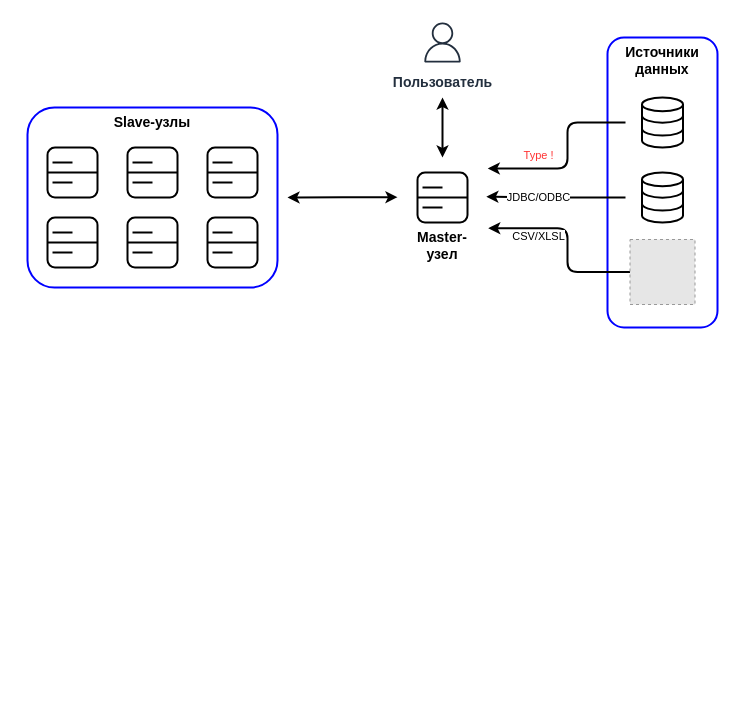
This is page "PA-cluster_2_v1" (5 of 10) of YDB-PD_v3.drawio from FYamaev/draw.io, a draw.io file, before an edit. Source tidied: cells renumbered, new cells numbered last; positions are measured from the earlier drawing's top-left corner, leaving out a move shared by most shapes. Both pictures are drawn from the tidied source at 100%, with x=0, y=0 at pixel (17, 17). Pictures stored in the file or linked from it are replaced by grey dashed boxes.
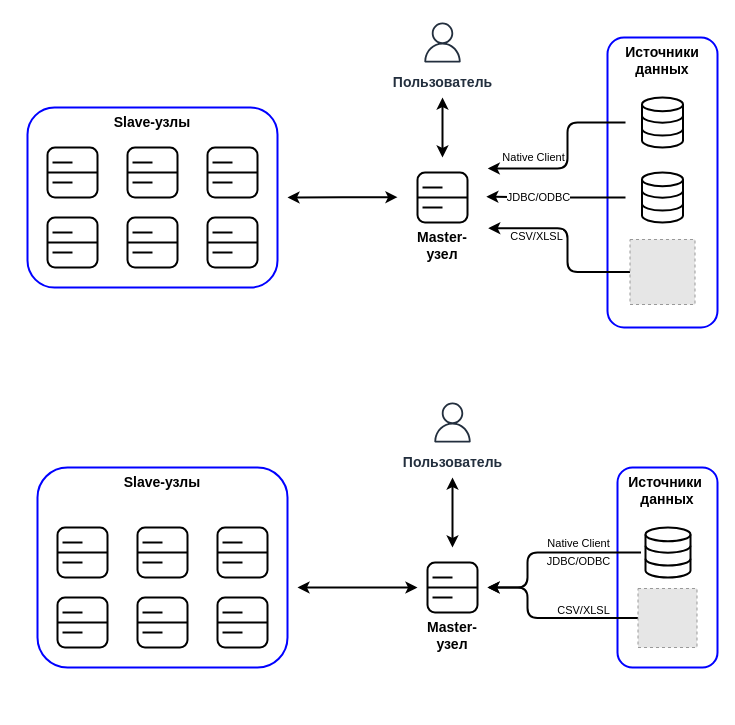
The same page after the edit.

The change refers to these unchanged cells:
```xml
<mxCell id="46" style="edgeStyle=orthogonalEdgeStyle;rounded=1;jettySize=auto;html=1;curved=0;strokeWidth=2;entryX=1.003;entryY=0.099;entryDx=0;entryDy=0;entryPerimeter=0;exitX=0;exitY=0.5;exitDx=0;exitDy=0;" parent="1" edge="1" source="3" target="7">
  <mxGeometry relative="1" as="geometry">
    <Array as="points">
      <mxPoint x="550" y="105" />
      <mxPoint x="550" y="151" />
    </Array>
  </mxGeometry>
</mxCell>
<mxCell id="52" style="edgeStyle=orthogonalEdgeStyle;rounded=1;jettySize=auto;html=1;curved=0;strokeWidth=2;exitX=0;exitY=0.5;exitDx=0;exitDy=0;entryX=1.008;entryY=0.643;entryDx=0;entryDy=0;entryPerimeter=0;" parent="1" edge="1" source="54" target="7">
  <mxGeometry relative="1" as="geometry">
    <Array as="points">
      <mxPoint x="550" y="255" />
      <mxPoint x="550" y="211" />
    </Array>
  </mxGeometry>
</mxCell>
```

The edit, as a diff of the source:
```diff
@@
+    <mxCell id="55" style="rounded=0;whiteSpace=wrap;html=1;strokeColor=none;opacity=0;" parent="1" vertex="1">
+      <mxGeometry x="400" y="530" width="70" height="80" as="geometry" />
+    </mxCell>
@@
-    <mxCell id="47" value="Type !" style="edgeLabel;html=1;align=center;verticalAlign=bottom;fontColor=#FF3333;" parent="46" vertex="1">
+    <mxCell id="47" value="Native Client" style="edgeLabel;html=1;align=center;verticalAlign=bottom;fontColor=#000000;spacingLeft=0;" parent="46" vertex="1">
       <mxGeometry x="0.45" relative="1" as="geometry">
-        <mxPoint y="-5" as="offset" />
+        <mxPoint x="-5" y="-3" as="offset" />
       </mxGeometry>
     </mxCell>
@@
     <mxCell id="53" value="CSV/XLSL" style="edgeLabel;html=1;align=center;verticalAlign=top;" parent="52" vertex="1">
       <mxGeometry x="0.6" relative="1" as="geometry">
-        <mxPoint x="12" y="-5" as="offset" />
+        <mxPoint x="10" y="-5" as="offset" />
       </mxGeometry>
     </mxCell>
@@
+    <mxCell id="56" value="Источники&amp;nbsp;&lt;div&gt;данных&lt;/div&gt;" style="rounded=1;whiteSpace=wrap;html=1;strokeWidth=2;strokeColor=#0000FF;verticalAlign=top;fontSize=14;fontStyle=1;" parent="1" vertex="1">
+      <mxGeometry x="600" y="450" width="100" height="200" as="geometry" />
+    </mxCell>
+    <mxCell id="57" style="rounded=0;whiteSpace=wrap;html=1;strokeColor=none;opacity=0;" parent="1" vertex="1">
+      <mxGeometry x="623.5" y="510" width="55" height="50" as="geometry" />
+    </mxCell>
+    <mxCell id="58" style="rounded=0;whiteSpace=wrap;html=1;strokeColor=none;opacity=0;" parent="1" vertex="1">
+      <mxGeometry x="10" y="450" width="270" height="240" as="geometry" />
+    </mxCell>
+    <mxCell id="59" style="edgeStyle=orthogonalEdgeStyle;rounded=0;jettySize=auto;html=1;exitX=0;exitY=0.5;exitDx=0;exitDy=0;entryX=1;entryY=0.5;entryDx=0;entryDy=0;startArrow=classic;startFill=1;strokeWidth=2;" parent="1" edge="1" source="55" target="58">
+      <mxGeometry relative="1" as="geometry" />
+    </mxCell>
+    <mxCell id="60" value="Slave-узлы" style="rounded=1;whiteSpace=wrap;html=1;strokeWidth=2;strokeColor=#0000FF;verticalAlign=top;fontSize=14;fontStyle=1;" parent="1" vertex="1">
+      <mxGeometry x="20" y="450" width="250" height="200" as="geometry" />
+    </mxCell>
+    <mxCell id="61" style="group;" parent="1" vertex="1">
+      <mxGeometry x="40" y="510" width="50" height="50" as="geometry" />
+    </mxCell>
+    <mxCell id="62" style="rounded=1;whiteSpace=wrap;html=1;strokeWidth=2;" parent="61" vertex="1">
+      <mxGeometry width="50" height="50" as="geometry" />
+    </mxCell>
+    <mxCell id="63" style="endArrow=none;html=1;rounded=0;exitX=0;exitY=0.5;exitDx=0;exitDy=0;entryX=1;entryY=0.5;entryDx=0;entryDy=0;strokeWidth=2;" parent="61" edge="1" source="62" target="62">
+      <mxGeometry relative="1" as="geometry" />
+    </mxCell>
+    <mxCell id="64" style="endArrow=none;html=1;rounded=0;strokeWidth=2;" parent="61" edge="1">
+      <mxGeometry relative="1" as="geometry">
+        <mxPoint x="5" y="15" as="sourcePoint" />
+        <mxPoint x="25" y="15" as="targetPoint" />
+      </mxGeometry>
+    </mxCell>
+    <mxCell id="65" style="endArrow=none;html=1;rounded=0;strokeWidth=2;" parent="61" edge="1">
+      <mxGeometry relative="1" as="geometry">
+        <mxPoint x="5" y="35" as="sourcePoint" />
+        <mxPoint x="25" y="35" as="targetPoint" />
+      </mxGeometry>
+    </mxCell>
+    <mxCell id="66" style="group;" parent="1" vertex="1">
+      <mxGeometry x="120" y="510" width="50" height="50" as="geometry" />
+    </mxCell>
+    <mxCell id="67" style="rounded=1;whiteSpace=wrap;html=1;strokeWidth=2;" parent="66" vertex="1">
+      <mxGeometry width="50" height="50" as="geometry" />
+    </mxCell>
+    <mxCell id="68" style="endArrow=none;html=1;rounded=0;exitX=0;exitY=0.5;exitDx=0;exitDy=0;entryX=1;entryY=0.5;entryDx=0;entryDy=0;strokeWidth=2;" parent="66" edge="1" source="67" target="67">
+      <mxGeometry relative="1" as="geometry" />
+    </mxCell>
+    <mxCell id="69" style="endArrow=none;html=1;rounded=0;strokeWidth=2;" parent="66" edge="1">
+      <mxGeometry relative="1" as="geometry">
+        <mxPoint x="5" y="15" as="sourcePoint" />
+        <mxPoint x="25" y="15" as="targetPoint" />
+      </mxGeometry>
+    </mxCell>
+    <mxCell id="70" style="endArrow=none;html=1;rounded=0;strokeWidth=2;" parent="66" edge="1">
+      <mxGeometry relative="1" as="geometry">
+        <mxPoint x="5" y="35" as="sourcePoint" />
+        <mxPoint x="25" y="35" as="targetPoint" />
+      </mxGeometry>
+    </mxCell>
+    <mxCell id="71" style="group;" parent="1" vertex="1">
+      <mxGeometry x="200" y="510" width="50" height="50" as="geometry" />
+    </mxCell>
+    <mxCell id="72" style="rounded=1;whiteSpace=wrap;html=1;strokeWidth=2;" parent="71" vertex="1">
+      <mxGeometry width="50" height="50" as="geometry" />
+    </mxCell>
+    <mxCell id="73" style="endArrow=none;html=1;rounded=0;exitX=0;exitY=0.5;exitDx=0;exitDy=0;entryX=1;entryY=0.5;entryDx=0;entryDy=0;strokeWidth=2;" parent="71" edge="1" source="72" target="72">
+      <mxGeometry relative="1" as="geometry" />
+    </mxCell>
+    <mxCell id="74" style="endArrow=none;html=1;rounded=0;strokeWidth=2;" parent="71" edge="1">
+      <mxGeometry relative="1" as="geometry">
+        <mxPoint x="5" y="15" as="sourcePoint" />
+        <mxPoint x="25" y="15" as="targetPoint" />
+      </mxGeometry>
+    </mxCell>
+    <mxCell id="75" style="endArrow=none;html=1;rounded=0;strokeWidth=2;" parent="71" edge="1">
+      <mxGeometry relative="1" as="geometry">
+        <mxPoint x="5" y="35" as="sourcePoint" />
+        <mxPoint x="25" y="35" as="targetPoint" />
+      </mxGeometry>
+    </mxCell>
+    <mxCell id="76" style="group;" parent="1" vertex="1">
+      <mxGeometry x="40" y="580" width="50" height="50" as="geometry" />
+    </mxCell>
+    <mxCell id="77" style="rounded=1;whiteSpace=wrap;html=1;strokeWidth=2;" parent="76" vertex="1">
+      <mxGeometry width="50" height="50" as="geometry" />
+    </mxCell>
+    <mxCell id="78" style="endArrow=none;html=1;rounded=0;exitX=0;exitY=0.5;exitDx=0;exitDy=0;entryX=1;entryY=0.5;entryDx=0;entryDy=0;strokeWidth=2;" parent="76" edge="1" source="77" target="77">
+      <mxGeometry relative="1" as="geometry" />
+    </mxCell>
+    <mxCell id="79" style="endArrow=none;html=1;rounded=0;strokeWidth=2;" parent="76" edge="1">
+      <mxGeometry relative="1" as="geometry">
+        <mxPoint x="5" y="15" as="sourcePoint" />
+        <mxPoint x="25" y="15" as="targetPoint" />
+      </mxGeometry>
+    </mxCell>
+    <mxCell id="80" style="endArrow=none;html=1;rounded=0;strokeWidth=2;" parent="76" edge="1">
+      <mxGeometry relative="1" as="geometry">
+        <mxPoint x="5" y="35" as="sourcePoint" />
+        <mxPoint x="25" y="35" as="targetPoint" />
+      </mxGeometry>
+    </mxCell>
+    <mxCell id="81" style="group;" parent="1" vertex="1">
+      <mxGeometry x="120" y="580" width="50" height="50" as="geometry" />
+    </mxCell>
+    <mxCell id="82" style="rounded=1;whiteSpace=wrap;html=1;strokeWidth=2;" parent="81" vertex="1">
+      <mxGeometry width="50" height="50" as="geometry" />
+    </mxCell>
+    <mxCell id="83" style="endArrow=none;html=1;rounded=0;exitX=0;exitY=0.5;exitDx=0;exitDy=0;entryX=1;entryY=0.5;entryDx=0;entryDy=0;strokeWidth=2;" parent="81" edge="1" source="82" target="82">
+      <mxGeometry relative="1" as="geometry" />
+    </mxCell>
+    <mxCell id="84" style="endArrow=none;html=1;rounded=0;strokeWidth=2;" parent="81" edge="1">
+      <mxGeometry relative="1" as="geometry">
+        <mxPoint x="5" y="15" as="sourcePoint" />
+        <mxPoint x="25" y="15" as="targetPoint" />
+      </mxGeometry>
+    </mxCell>
+    <mxCell id="85" style="endArrow=none;html=1;rounded=0;strokeWidth=2;" parent="81" edge="1">
+      <mxGeometry relative="1" as="geometry">
+        <mxPoint x="5" y="35" as="sourcePoint" />
+        <mxPoint x="25" y="35" as="targetPoint" />
+      </mxGeometry>
+    </mxCell>
+    <mxCell id="86" style="group;" parent="1" vertex="1">
+      <mxGeometry x="200" y="580" width="50" height="50" as="geometry" />
+    </mxCell>
+    <mxCell id="87" style="group;" parent="86" vertex="1">
+      <mxGeometry width="50" height="50" as="geometry" />
+    </mxCell>
+    <mxCell id="88" style="rounded=1;whiteSpace=wrap;html=1;strokeWidth=2;" parent="87" vertex="1">
+      <mxGeometry width="50" height="50" as="geometry" />
+    </mxCell>
+    <mxCell id="89" style="endArrow=none;html=1;rounded=0;exitX=0;exitY=0.5;exitDx=0;exitDy=0;entryX=1;entryY=0.5;entryDx=0;entryDy=0;strokeWidth=2;" parent="87" edge="1" source="88" target="88">
+      <mxGeometry relative="1" as="geometry" />
+    </mxCell>
+    <mxCell id="90" style="endArrow=none;html=1;rounded=0;strokeWidth=2;" parent="87" edge="1">
+      <mxGeometry relative="1" as="geometry">
+        <mxPoint x="5" y="15" as="sourcePoint" />
+        <mxPoint x="25" y="15" as="targetPoint" />
+      </mxGeometry>
+    </mxCell>
+    <mxCell id="91" style="endArrow=none;html=1;rounded=0;strokeWidth=2;" parent="87" edge="1">
+      <mxGeometry relative="1" as="geometry">
+        <mxPoint x="5" y="35" as="sourcePoint" />
+        <mxPoint x="25" y="35" as="targetPoint" />
+      </mxGeometry>
+    </mxCell>
+    <mxCell id="92" value="Пользователь" style="sketch=0;fontColor=#232F3E;gradientColor=none;strokeColor=#232F3E;fillColor=#ffffff;dashed=0;verticalLabelPosition=bottom;verticalAlign=top;align=center;html=1;fontSize=14;fontStyle=1;shape=mxgraph.aws4.resourceIcon;resIcon=mxgraph.aws4.user;" parent="1" vertex="1">
+      <mxGeometry x="410" y="380" width="50" height="50" as="geometry" />
+    </mxCell>
+    <mxCell id="93" style="endArrow=classic;startArrow=classic;html=1;rounded=0;strokeWidth=2;exitX=0.5;exitY=0;exitDx=0;exitDy=0;" parent="1" edge="1" source="55">
+      <mxGeometry relative="1" as="geometry">
+        <mxPoint x="435" y="460" as="targetPoint" />
+      </mxGeometry>
+    </mxCell>
+    <mxCell id="94" style="rounded=1;jettySize=auto;html=1;strokeWidth=2;spacing=0;exitX=0;exitY=0.5;exitDx=0;exitDy=0;jumpSize=6;edgeStyle=orthogonalEdgeStyle;entryX=1;entryY=0.5;entryDx=0;entryDy=0;" parent="1" edge="1" source="57" target="55">
+      <mxGeometry relative="1" as="geometry">
+        <Array as="points">
+          <mxPoint x="510" y="535" />
+          <mxPoint x="510" y="570" />
+        </Array>
+      </mxGeometry>
+    </mxCell>
+    <mxCell id="95" value="JDBC/ODBC" style="edgeLabel;html=1;align=center;verticalAlign=top;" parent="94" vertex="1">
+      <mxGeometry x="0.43" relative="1" as="geometry">
+        <mxPoint x="50" y="-26" as="offset" />
+      </mxGeometry>
+    </mxCell>
+    <mxCell id="96" value="Native Client" style="edgeLabel;html=1;align=center;verticalAlign=bottom;rotation=0;" parent="94" vertex="1">
+      <mxGeometry x="0.43" relative="1" as="geometry">
+        <mxPoint x="50" y="-23" as="offset" />
+      </mxGeometry>
+    </mxCell>
+    <mxCell id="97" style="html=1;verticalLabelPosition=bottom;align=center;labelBackgroundColor=#ffffff;verticalAlign=top;strokeWidth=2;strokeColor=#000000;shadow=0;dashed=0;shape=mxgraph.ios7.icons.data;" parent="1" vertex="1">
+      <mxGeometry x="628" y="510" width="45" height="50" as="geometry" />
+    </mxCell>
+    <mxCell id="98" style="rounded=1;jettySize=auto;html=1;strokeWidth=2;entryX=1;entryY=0.5;entryDx=0;entryDy=0;exitX=0;exitY=0.5;exitDx=0;exitDy=0;edgeStyle=orthogonalEdgeStyle;" parent="1" edge="1" source="101" target="55">
+      <mxGeometry relative="1" as="geometry">
+        <Array as="points">
+          <mxPoint x="510" y="601" />
+          <mxPoint x="510" y="570" />
+        </Array>
+      </mxGeometry>
+    </mxCell>
+    <mxCell id="99" value="CSV/XLSL" style="edgeLabel;html=1;align=center;verticalAlign=bottom;" parent="98" vertex="1">
+      <mxGeometry x="0.6" relative="1" as="geometry">
+        <mxPoint x="58" y="31" as="offset" />
+      </mxGeometry>
+    </mxCell>
+    <mxCell id="100" style="fillColor=#E6E6E6;strokeColor=#999999;dashed=1;html=1;verticalAlign=top;verticalLabelPosition=bottom;labelBackgroundColor=#ffffff;" parent="1" vertex="1">
+      <mxGeometry x="620.5" y="571" width="59" height="59" as="geometry" />
+    </mxCell>
+    <mxCell id="101" style="rounded=0;whiteSpace=wrap;html=1;strokeColor=none;opacity=0;" parent="1" vertex="1">
+      <mxGeometry x="624.5" y="575.5" width="55" height="50" as="geometry" />
+    </mxCell>
+    <mxCell id="102" style="group;" parent="1" vertex="1">
+      <mxGeometry x="410" y="545" width="50" height="50" as="geometry" />
+    </mxCell>
+    <mxCell id="103" value="Master-узел" style="rounded=1;whiteSpace=wrap;html=1;strokeWidth=2;labelPosition=center;verticalLabelPosition=bottom;align=center;verticalAlign=top;fontSize=14;fontStyle=1;" parent="102" vertex="1">
+      <mxGeometry width="50" height="50" as="geometry" />
+    </mxCell>
+    <mxCell id="104" style="endArrow=none;html=1;rounded=0;exitX=0;exitY=0.5;exitDx=0;exitDy=0;entryX=1;entryY=0.5;entryDx=0;entryDy=0;strokeWidth=2;elbow=vertical;" parent="102" edge="1" source="103" target="103">
+      <mxGeometry relative="1" as="geometry" />
+    </mxCell>
+    <mxCell id="105" style="endArrow=none;html=1;rounded=0;strokeWidth=2;" parent="102" edge="1">
+      <mxGeometry relative="1" as="geometry">
+        <mxPoint x="5" y="15" as="sourcePoint" />
+        <mxPoint x="25" y="15" as="targetPoint" />
+      </mxGeometry>
+    </mxCell>
+    <mxCell id="106" style="endArrow=none;html=1;rounded=0;strokeWidth=2;" parent="102" edge="1">
+      <mxGeometry relative="1" as="geometry">
+        <mxPoint x="5" y="35" as="sourcePoint" />
+        <mxPoint x="25" y="35" as="targetPoint" />
+      </mxGeometry>
+    </mxCell>
```
